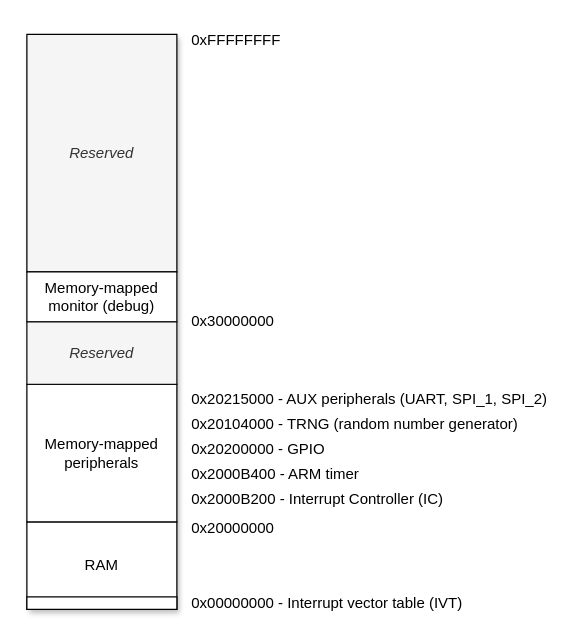
This is docs/diagrams/address_space.drawio from silhavyj/ZeroMate, a draw.io file, before an edit. Source tidied: cells renumbered, new cells numbered last; positions are measured from the earlier drawing's top-left corner, leaving out a move shared by most shapes. Both pictures are drawn from the tidied source at 125%, with x=0, y=0 at pixel (26, 21).
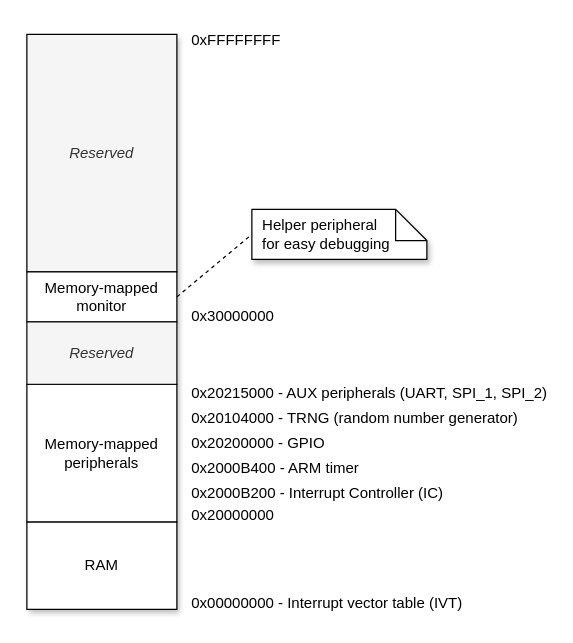
The same diagram, later.

What changed in the source:
```diff
@@
 <mxGraphModel>
   <root>
     <mxCell id="0" />
     <mxCell id="1" parent="0" />
     <mxCell id="2" style="rounded=0;whiteSpace=wrap;html=1;fillColor=#f5f5f5;fontColor=#333333;strokeColor=none;shadow=1;fontStyle=2;" parent="1" vertex="1">
       <mxGeometry y="10" width="120" height="460" as="geometry" />
     </mxCell>
     <mxCell id="3" value="Reserved" style="rounded=0;whiteSpace=wrap;html=1;fillColor=#f5f5f5;fontColor=#333333;strokeColor=#000000;shadow=0;fontStyle=2;" parent="1" vertex="1">
       <mxGeometry y="10" width="120" height="190" as="geometry" />
     </mxCell>
     <mxCell id="4" value="0x00000000 - Interrupt vector table (IVT)" style="text;html=1;strokeColor=none;fillColor=none;align=left;verticalAlign=middle;whiteSpace=wrap;rounded=0;" parent="1" vertex="1">
       <mxGeometry x="130" y="450" width="250" height="30" as="geometry" />
     </mxCell>
     <mxCell id="5" value="0xFFFFFFFF" style="text;html=1;strokeColor=none;fillColor=none;align=left;verticalAlign=middle;whiteSpace=wrap;rounded=0;" parent="1" vertex="1">
       <mxGeometry x="130" width="60" height="30" as="geometry" />
     </mxCell>
     <mxCell id="6" value="0x20000000" style="text;html=1;strokeColor=none;fillColor=none;align=left;verticalAlign=middle;whiteSpace=wrap;rounded=0;" parent="1" vertex="1">
-      <mxGeometry x="130" y="390" width="60" height="30" as="geometry" />
+      <mxGeometry x="130" y="380" width="60" height="30" as="geometry" />
     </mxCell>
     <mxCell id="7" value="0x20200000 - GPIO" style="text;html=1;strokeColor=none;fillColor=none;align=left;verticalAlign=middle;whiteSpace=wrap;rounded=0;" parent="1" vertex="1">
-      <mxGeometry x="130" y="327" width="280" height="30" as="geometry" />
+      <mxGeometry x="130" y="322" width="280" height="30" as="geometry" />
     </mxCell>
     <mxCell id="8" value="0x2000B200 - Interrupt Controller (IC)" style="text;html=1;strokeColor=none;fillColor=none;align=left;verticalAlign=middle;whiteSpace=wrap;rounded=0;" parent="1" vertex="1">
-      <mxGeometry x="130" y="367" width="280" height="30" as="geometry" />
+      <mxGeometry x="130" y="362" width="280" height="30" as="geometry" />
     </mxCell>
     <mxCell id="9" value="0x2000B400 - ARM timer" style="text;html=1;strokeColor=none;fillColor=none;align=left;verticalAlign=middle;whiteSpace=wrap;rounded=0;" parent="1" vertex="1">
-      <mxGeometry x="130" y="347" width="290" height="30" as="geometry" />
+      <mxGeometry x="130" y="342" width="290" height="30" as="geometry" />
     </mxCell>
     <mxCell id="10" value="0x30000000" style="text;html=1;strokeColor=none;fillColor=none;align=left;verticalAlign=middle;whiteSpace=wrap;rounded=0;" parent="1" vertex="1">
-      <mxGeometry x="130" y="225" width="60" height="30" as="geometry" />
+      <mxGeometry x="130" y="221" width="60" height="30" as="geometry" />
     </mxCell>
     <mxCell id="11" value="0x20104000 - TRNG (random number generator)" style="text;html=1;strokeColor=none;fillColor=none;align=left;verticalAlign=middle;whiteSpace=wrap;rounded=0;" parent="1" vertex="1">
-      <mxGeometry x="130" y="307" width="290" height="30" as="geometry" />
+      <mxGeometry x="130" y="302" width="290" height="30" as="geometry" />
     </mxCell>
     <mxCell id="12" value="0x20215000 - AUX peripherals (UART, SPI_1, SPI_2)" style="text;html=1;strokeColor=none;fillColor=none;align=left;verticalAlign=middle;whiteSpace=wrap;rounded=0;" parent="1" vertex="1">
-      <mxGeometry x="130" y="287" width="290" height="30" as="geometry" />
+      <mxGeometry x="130" y="282" width="290" height="30" as="geometry" />
     </mxCell>
     <mxCell id="13" value="RAM" style="rounded=0;whiteSpace=wrap;html=1;shadow=0;" parent="1" vertex="1">
       <mxGeometry y="400" width="120" height="70" as="geometry" />
     </mxCell>
     <mxCell id="14" value="Memory-mapped peripherals" style="rounded=0;whiteSpace=wrap;html=1;shadow=0;" parent="1" vertex="1">
       <mxGeometry y="290" width="120" height="110" as="geometry" />
     </mxCell>
-    <mxCell id="15" value="Memory-mapped monitor (debug)" style="rounded=0;whiteSpace=wrap;html=1;shadow=0;" parent="1" vertex="1">
+    <mxCell id="15" value="Memory-mapped monitor" style="rounded=0;whiteSpace=wrap;html=1;shadow=0;" parent="1" vertex="1">
       <mxGeometry y="200" width="120" height="40" as="geometry" />
     </mxCell>
     <mxCell id="16" value="Reserved" style="rounded=0;whiteSpace=wrap;html=1;fillColor=#f5f5f5;fontColor=#333333;strokeColor=#0D0D0D;shadow=0;fontStyle=2;" parent="1" vertex="1">
       <mxGeometry y="240" width="120" height="50" as="geometry" />
     </mxCell>
-    <mxCell id="17" style="rounded=0;whiteSpace=wrap;html=1;shadow=0;" parent="1" vertex="1">
-      <mxGeometry y="460" width="120" height="10" as="geometry" />
-    </mxCell>
+    <mxCell id="18" value="&lt;blockquote style=&quot;margin: 0 0 0 40px; border: none; padding: 0px;&quot;&gt;&lt;/blockquote&gt;&lt;span style=&quot;background-color: initial;&quot;&gt;&amp;nbsp; Helper peripheral&lt;/span&gt;&lt;br&gt;&lt;div style=&quot;&quot;&gt;&lt;span style=&quot;background-color: initial;&quot;&gt;&amp;nbsp; for easy debugging&lt;/span&gt;&lt;/div&gt;" style="shape=note2;boundedLbl=1;whiteSpace=wrap;html=1;size=25;verticalAlign=middle;align=left;shadow=1;" parent="1" vertex="1">
+      <mxGeometry x="180" y="150" width="140" height="40" as="geometry" />
+    </mxCell>
+    <mxCell id="19" style="endArrow=none;dashed=1;html=1;strokeWidth=1;rounded=0;exitX=1;exitY=0.5;exitDx=0;exitDy=0;entryX=0;entryY=0.5;entryDx=0;entryDy=0;entryPerimeter=0;" parent="1" edge="1" source="15" target="18">
+      <mxGeometry relative="1" as="geometry" />
+    </mxCell>
   </root>
 </mxGraphModel>
```
